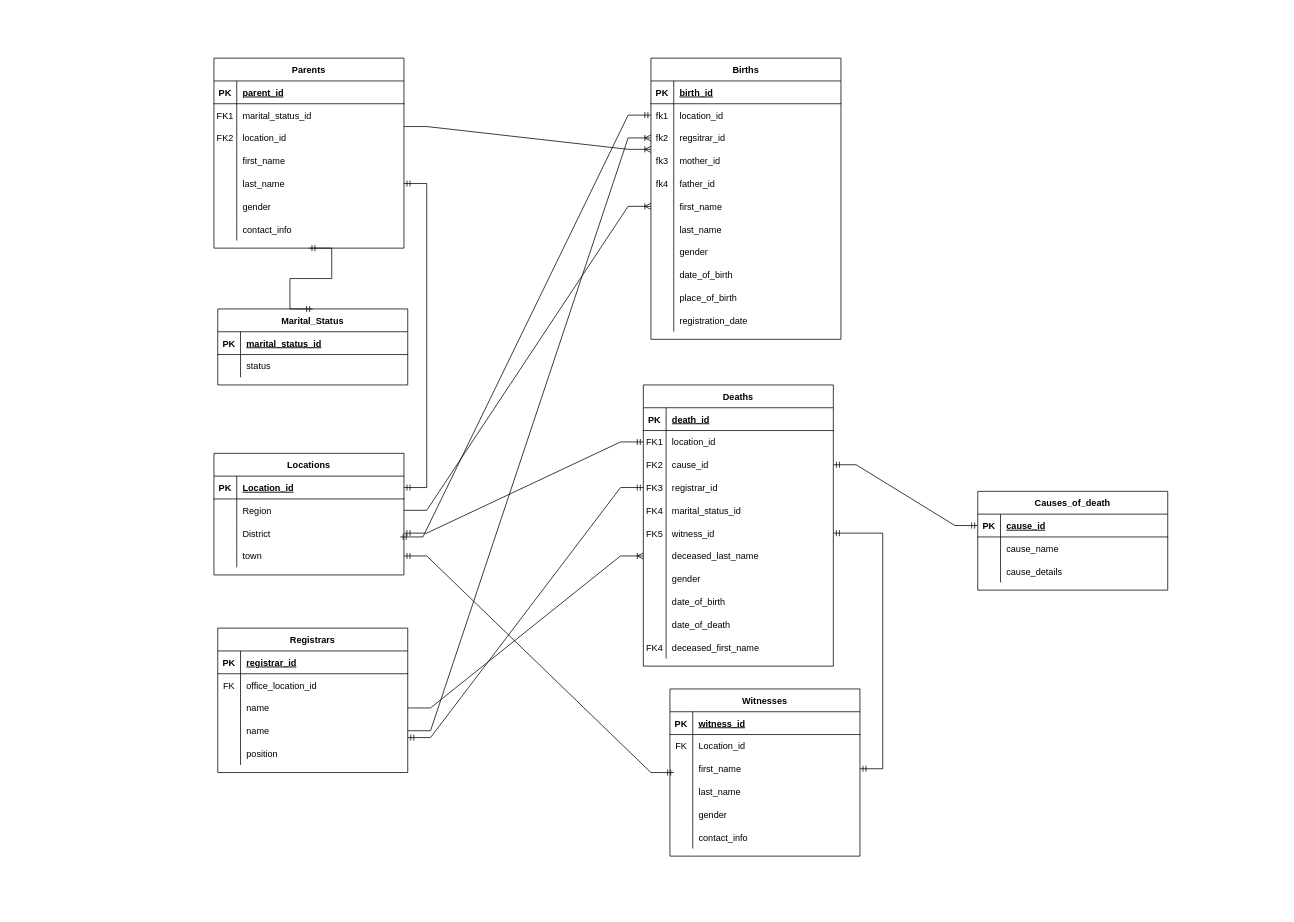
brabentil/database_diagrams keeps this draw.io diagram as DBRegistryERDiagram.drawio. Above is the earlier version. Source tidied: cells renumbered, new cells numbered last; positions are measured from the earlier drawing's top-left corner, leaving out a move shared by most shapes. Both pictures are drawn from the tidied source at 76%, with x=0, y=0 at pixel (214, 58).
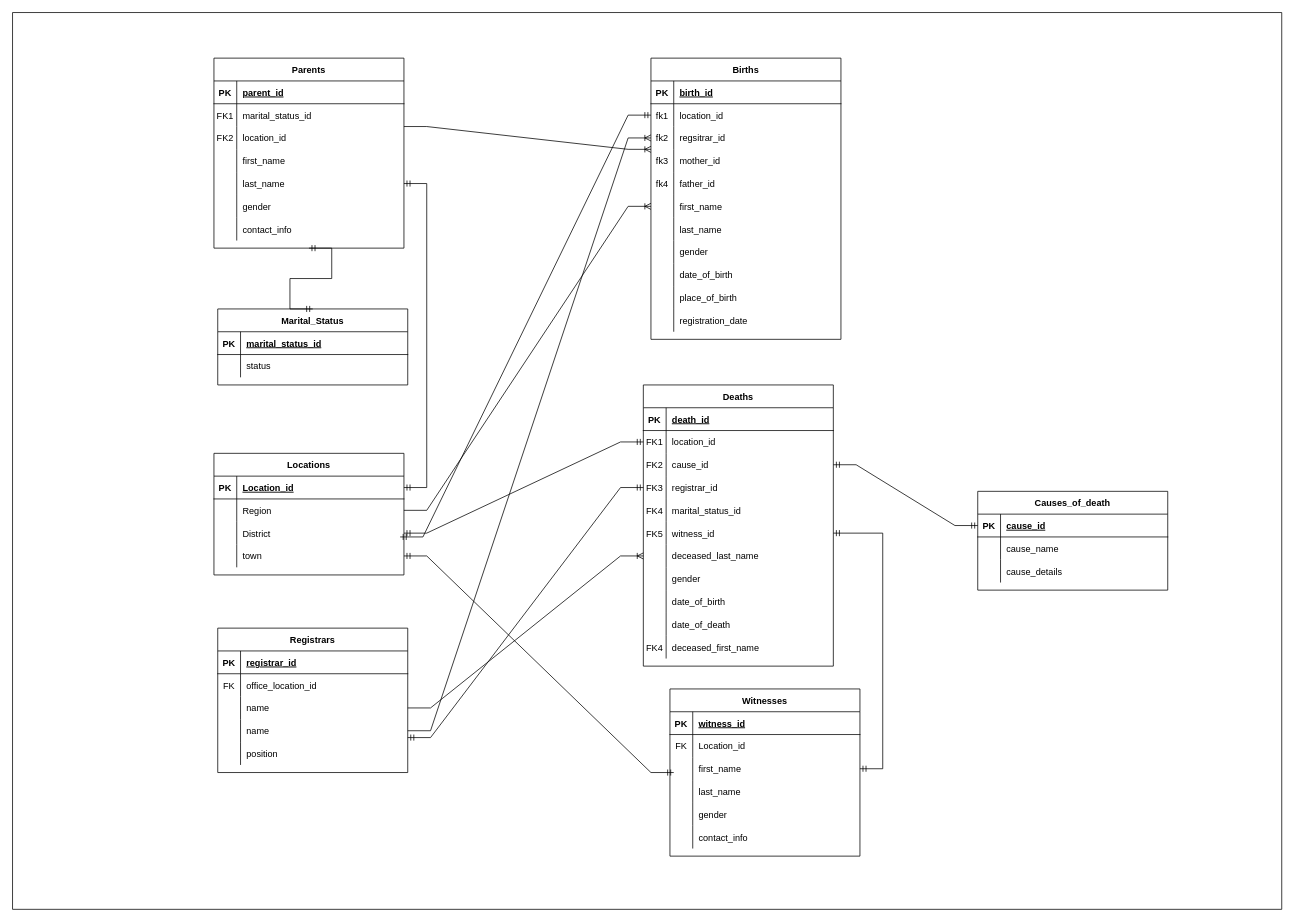
The same diagram, later.

Diff of the diagram source:
```diff
@@
+    <mxCell id="169" style="swimlane;startSize=0;" parent="1" vertex="1">
+      <mxGeometry x="-265" y="-60" width="1670" height="1180" as="geometry" />
+    </mxCell>
```
